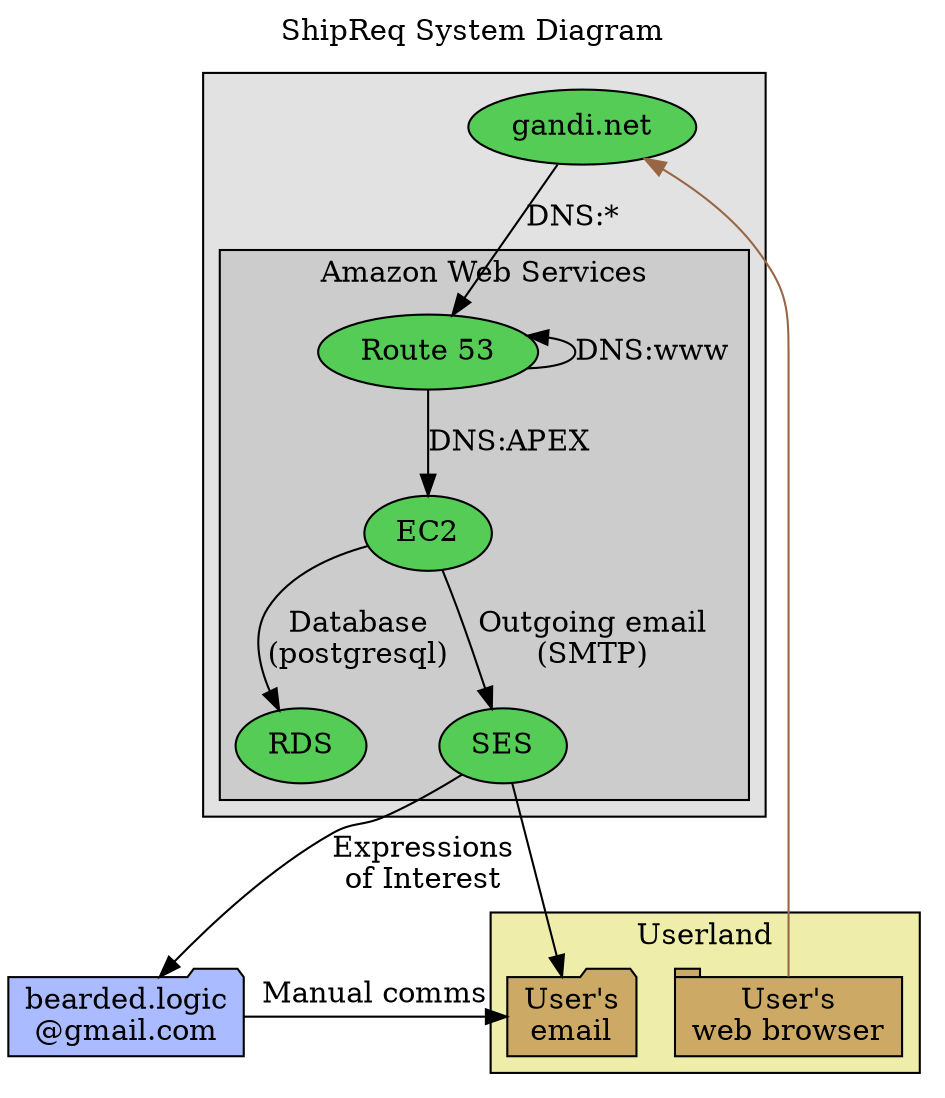
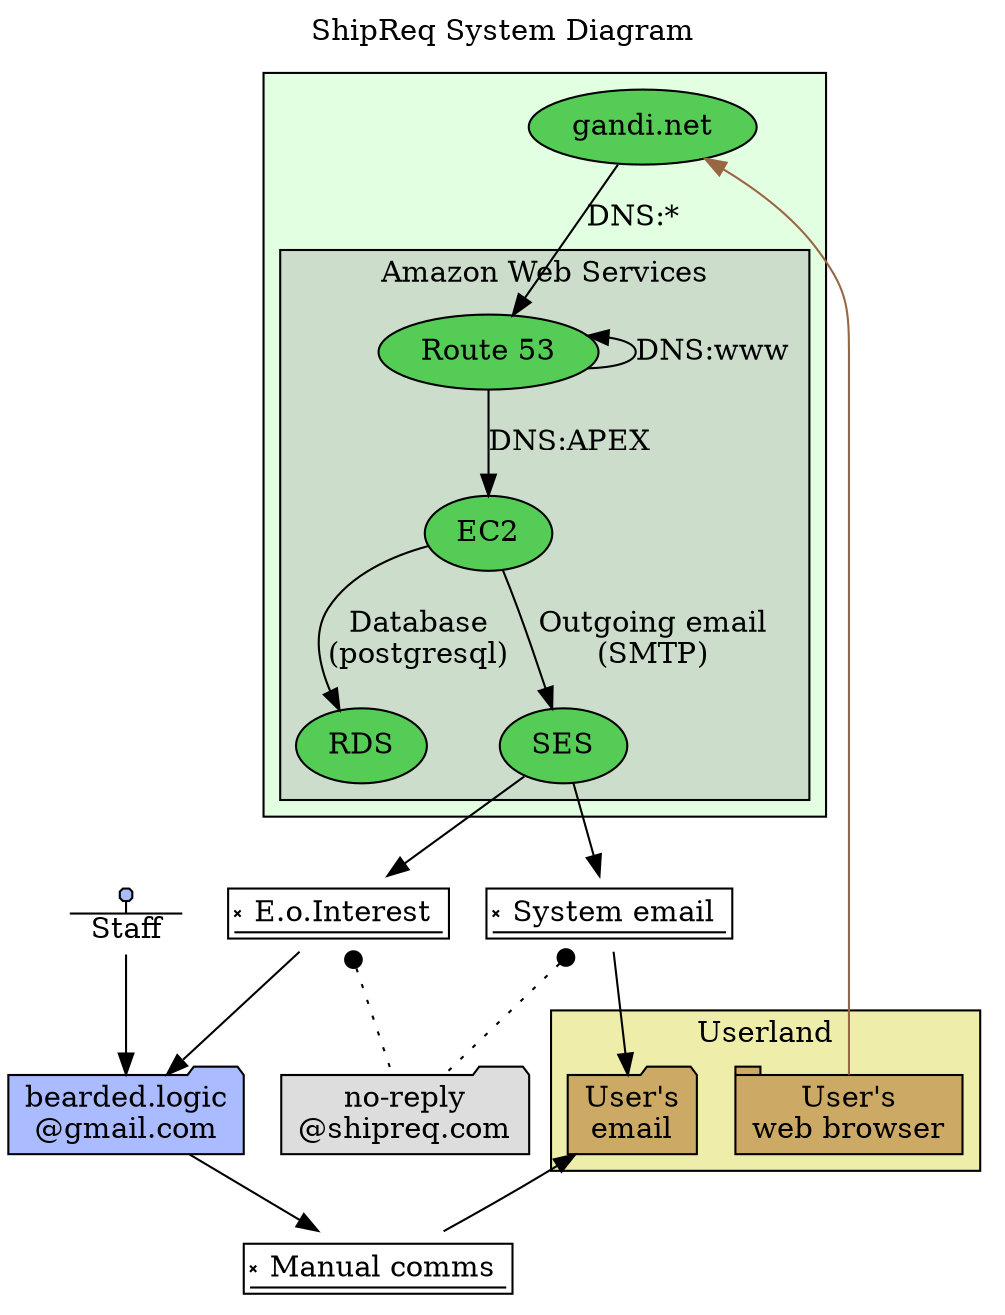
digraph G {
  compound=true
  labelloc=t
  label="ShipReq System Diagram"

-   eaddr_blogic [label="bearded.logic\n@gmail.com" shape=folder style=filled fillcolor="#aabbff"]
+   // -----------------------------------------------------------------------------------------------
+ 
+   me [shape=proteinstab style=filled fillcolor="#aabbff" label="\nStaff"]
+ 
+   { node[shape=folder style=filled]
+     eaddr_blogic [label="bearded.logic\n@gmail.com" fillcolor="#aabbff"]
+     eaddr_webapp [label="no-reply\n@shipreq.com" fillcolor="#dddddd"]
+   }
+ 
+   { node[shape=signature]
+     email_eoi [label=" E.o.Interest"]
+     email_sys [label=" System email"]
+     email_man [label=" Manual comms"]
+   }

  subgraph cluster_usr {
    style=filled
    fillcolor="#eeeeaa"
    node [style=filled fillcolor="#ccaa66"]

    label="Userland"
    usr_web [label="User's\nweb browser" shape=tab]
    usr_email [label="User's\nemail" shape=folder]
  }

  subgraph cluster_net {
    style=filled
-     fillcolor="#e2e2e2"
+     fillcolor="#e2ffe2"
    node [style=filled fillcolor="#55cc55"]
    label=""

    gandi [label="gandi.net"]

    subgraph cluster_aws {
-       fillcolor="#cccccc"
+       fillcolor="#ccddcc"
      // node[shape=rect]
      label="Amazon Web Services"
      aws_r53 [label="Route 53"]
      aws_ec2 [label="EC2"]
      aws_rds [label="RDS"]
      aws_ses [label="SES"]
    }
  }

+   // -----------------------------------------------------------------------------------------------
+ 
  usr_web -> gandi [color="#996644"]
  gandi -> aws_r53 [label="DNS:*"]
  aws_r53 -> aws_r53 [label="DNS:www" dir=back]
  aws_r53 -> aws_ec2 [label="DNS:APEX"]
  aws_ec2 -> aws_rds [label="Database\n(postgresql)"]
  aws_ec2 -> aws_ses [label="Outgoing email\n(SMTP)"]
-   aws_ses -> usr_email
-   aws_ses -> eaddr_blogic [label="Expressions\nof Interest"]
-   eaddr_blogic -> usr_email [label="Manual comms"]
+ 
+   aws_ses -> email_eoi -> eaddr_blogic
+   email_eoi -> eaddr_webapp [dir=back arrowtail=dot style=dotted]
+ 
+   aws_ses -> email_sys -> usr_email
+   email_sys -> eaddr_webapp [dir=back arrowtail=dot style=dotted]
+ 
+   eaddr_blogic -> email_man -> usr_email
+ 
+   me -> eaddr_blogic
}
